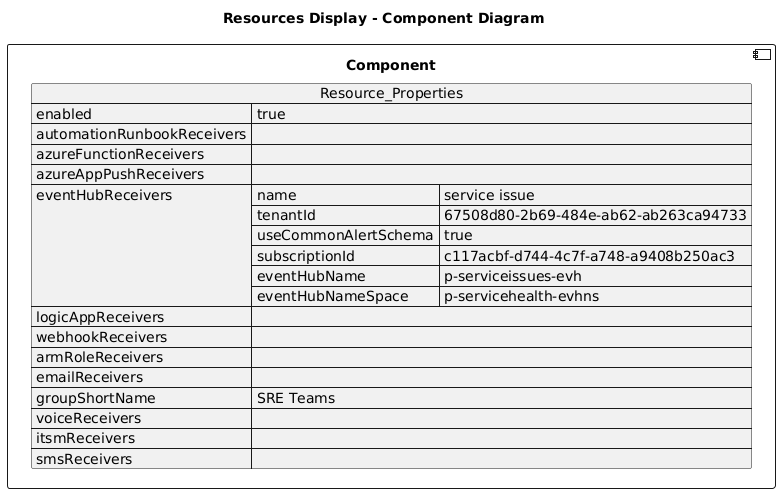
This is diagrams/lz-sre-teams-service-ag.png from DanielAmpong/Test-Azure-architecture-diagram, a PlantUML export, as it was before one commit.
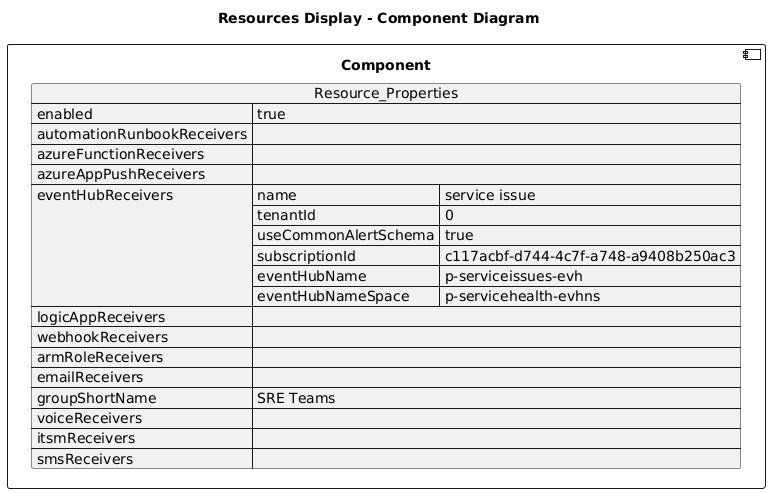
The same diagram one commit later.

The edit, as a diff of the source:
```diff
@@ -12,7 +12,7 @@
   "eventHubReceivers": [
     {
       "name": "service issue",
-      "tenantId": "67508d80-2b69-484e-ab62-ab263ca94733",
+      "tenantId": "0",
       "useCommonAlertSchema": true,
       "subscriptionId": "c117acbf-d744-4c7f-a748-a9408b250ac3",
       "eventHubName": "p-serviceissues-evh",
```
